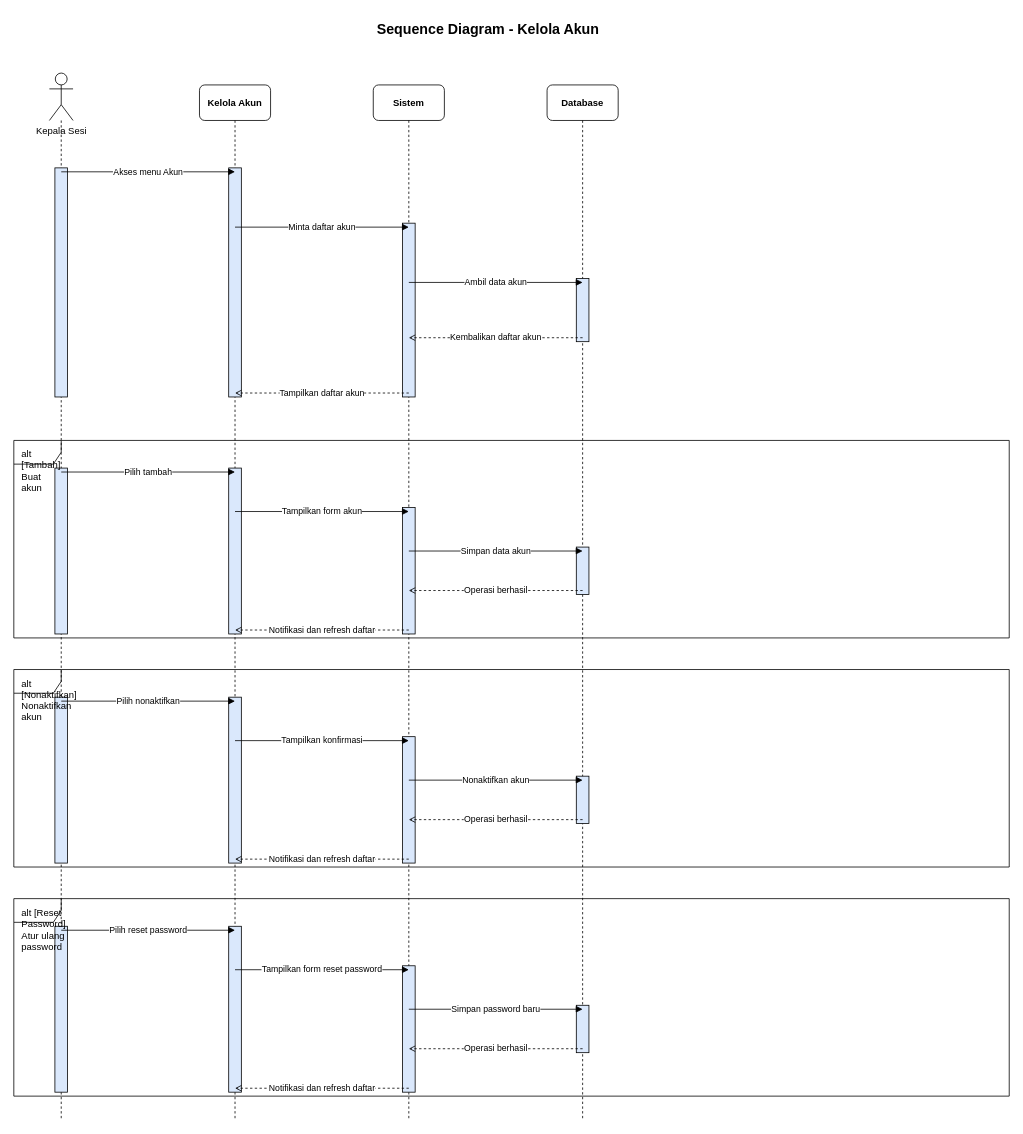
The draw.io diagram page "kelola_akun" (10 of 11) of diagram/sequence_diagram/sequence_rad_revised_v2.drawio in gdamar/laporan-ekinerja, before the edit. Source tidied: cells renumbered, new cells numbered last; positions are measured from the earlier drawing's top-left corner, leaving out a move shared by most shapes. Both pictures are drawn from the tidied source at 79%, with x=0, y=0 at pixel (13, 13).
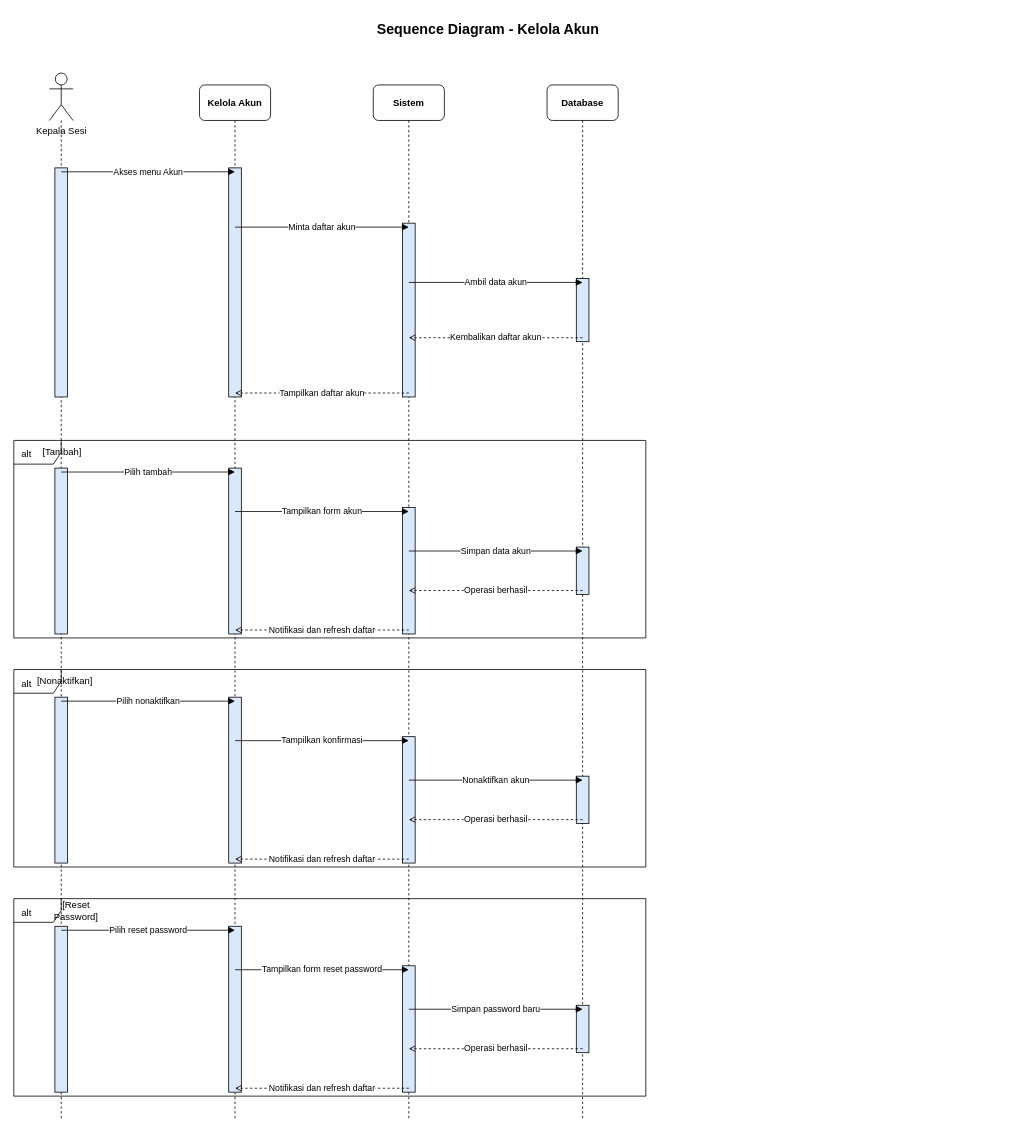
The same page after the edit.

Diff of the diagram source:
```diff
@@
-    <mxCell id="27" value="alt [Tambah] Buat akun" style="shape=umlFrame;whiteSpace=wrap;html=1;fillColor=none;strokeColor=#000000;fontColor=#000000;boundedLbl=1;verticalAlign=top;align=left;spacingLeft=8;spacingTop=4;" parent="1" vertex="1">
-      <mxGeometry y="540" width="1260" height="250" as="geometry" />
+    <mxCell id="27" value="alt" style="shape=umlFrame;whiteSpace=wrap;html=1;fillColor=none;strokeColor=#000000;fontColor=#000000;boundedLbl=1;verticalAlign=top;align=left;spacingLeft=8;spacingTop=4;" parent="1" vertex="1">
+      <mxGeometry y="540" width="800" height="250" as="geometry" />
     </mxCell>
+    <mxCell id="50" value="&lt;span style=&quot;text-align: left;&quot;&gt;[Tambah]&amp;nbsp;&lt;/span&gt;" style="text;html=1;whiteSpace=wrap;strokeColor=none;fillColor=none;align=center;verticalAlign=middle;rounded=0;fontColor=light-dark(#000000,#FFFFFF);" parent="27" vertex="1">
+      <mxGeometry x="44.4" width="38.1" height="30" as="geometry" />
+    </mxCell>
-    <mxCell id="28" value="alt [Nonaktifkan] Nonaktifkan akun" style="shape=umlFrame;whiteSpace=wrap;html=1;fillColor=none;strokeColor=#000000;fontColor=#000000;boundedLbl=1;verticalAlign=top;align=left;spacingLeft=8;spacingTop=4;" parent="1" vertex="1">
-      <mxGeometry y="830" width="1260" height="250" as="geometry" />
+    <mxCell id="28" value="alt" style="shape=umlFrame;whiteSpace=wrap;html=1;fillColor=none;strokeColor=#000000;fontColor=#000000;boundedLbl=1;verticalAlign=top;align=left;spacingLeft=8;spacingTop=4;" parent="1" vertex="1">
+      <mxGeometry y="830" width="800" height="250" as="geometry" />
     </mxCell>
+    <mxCell id="51" value="&lt;span style=&quot;text-align: left;&quot;&gt;[Nonaktifkan]&amp;nbsp;&lt;/span&gt;" style="text;html=1;whiteSpace=wrap;strokeColor=none;fillColor=none;align=center;verticalAlign=middle;rounded=0;fontColor=light-dark(#000000,#FFFFFF);" parent="28" vertex="1">
+      <mxGeometry x="38.1" width="57.1" height="30" as="geometry" />
+    </mxCell>
-    <mxCell id="29" value="alt [Reset Password] Atur ulang password" style="shape=umlFrame;whiteSpace=wrap;html=1;fillColor=none;strokeColor=#000000;fontColor=#000000;boundedLbl=1;verticalAlign=top;align=left;spacingLeft=8;spacingTop=4;" parent="1" vertex="1">
-      <mxGeometry y="1120" width="1260" height="250" as="geometry" />
+    <mxCell id="29" value="alt" style="shape=umlFrame;whiteSpace=wrap;html=1;fillColor=none;strokeColor=#000000;fontColor=#000000;boundedLbl=1;verticalAlign=top;align=left;spacingLeft=8;spacingTop=4;" parent="1" vertex="1">
+      <mxGeometry y="1120" width="800" height="250" as="geometry" />
     </mxCell>
+    <mxCell id="52" value="&lt;span style=&quot;text-align: left;&quot;&gt;[Reset Password]&lt;/span&gt;" style="text;html=1;whiteSpace=wrap;strokeColor=none;fillColor=none;align=center;verticalAlign=middle;rounded=0;fontColor=light-dark(#000000,#FFFFFF);" parent="29" vertex="1">
+      <mxGeometry x="44.4" width="69.8" height="30" as="geometry" />
+    </mxCell>
```
